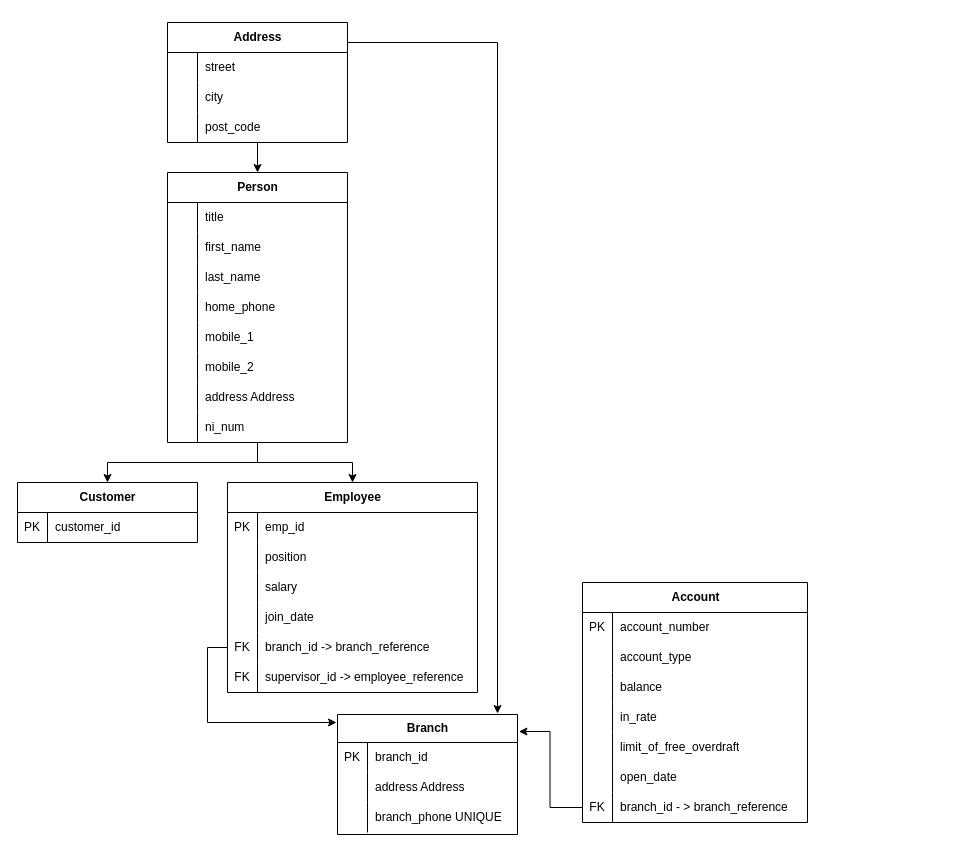
ervette/systemathic-design keeps this draw.io diagram as ERD_UPDATE.drawio. Above is the earlier version. Source tidied: cells renumbered, new cells numbered last; positions are measured from the earlier drawing's top-left corner, leaving out a move shared by most shapes. Both pictures are drawn from the tidied source at 100%, with x=0, y=0 at pixel (17, 22).
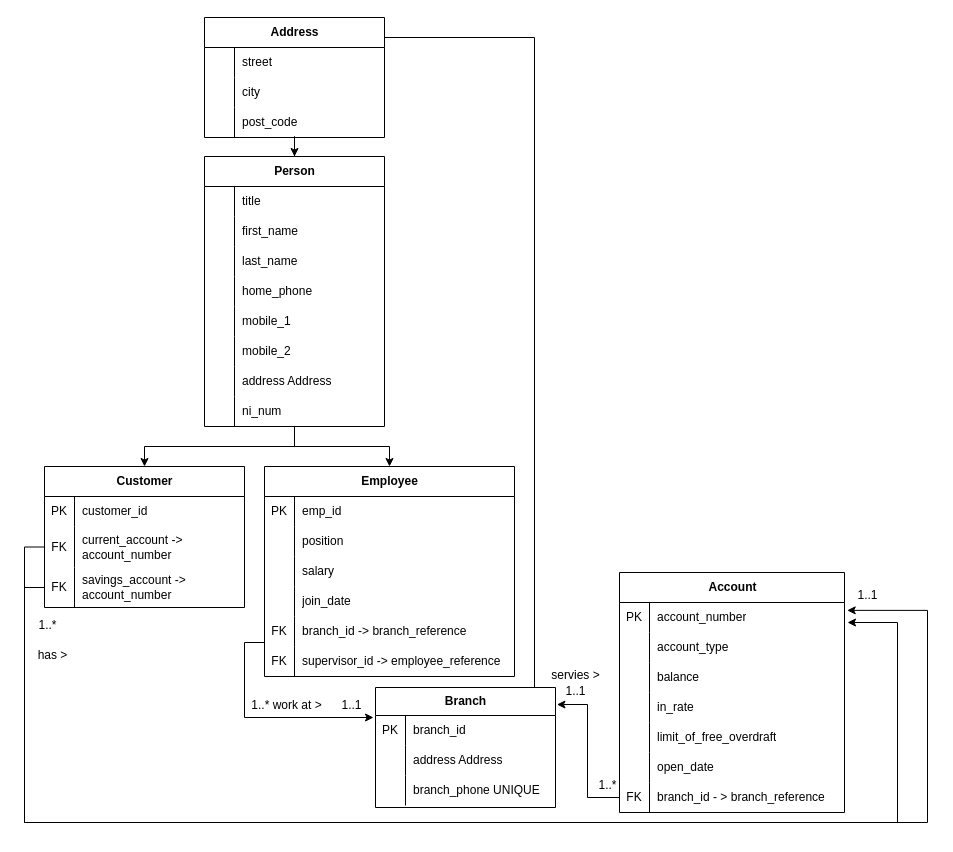
Above is the later version.

Unchanged cells that the change refers to:
```xml
<mxCell id="54" style="shape=tableRow;horizontal=0;startSize=0;swimlaneHead=0;swimlaneBody=0;fillColor=none;points=[[0,0.5],[1,0.5]];portConstraint=eastwest;top=0;left=0;right=0;bottom=0;" parent="41" vertex="1">
  <mxGeometry y="150" width="250" height="30" as="geometry" />
</mxCell>
<mxCell id="65" style="shape=tableRow;horizontal=0;startSize=0;swimlaneHead=0;swimlaneBody=0;fillColor=none;points=[[0,0.5],[1,0.5]];portConstraint=eastwest;top=0;left=0;right=0;bottom=0;" parent="64" vertex="1">
  <mxGeometry y="30" width="225" height="30" as="geometry" />
</mxCell>
```

Diff of the diagram source:
```diff
@@
     <mxCell id="3" style="edgeStyle=orthogonalEdgeStyle;rounded=0;jettySize=auto;html=1;" parent="1" edge="1" source="4">
       <mxGeometry relative="1" as="geometry">
-        <mxPoint x="480" y="691" as="targetPoint" />
+        <mxPoint x="517" y="686" as="targetPoint" />
         <Array as="points">
-          <mxPoint x="480" y="20" />
-          <mxPoint x="480" y="691" />
+          <mxPoint x="517" y="15" />
+          <mxPoint x="517" y="686" />
         </Array>
       </mxGeometry>
     </mxCell>
     <mxCell id="4" value="Address" style="shape=table;startSize=30;childLayout=tableLayout;rowLines=0;fontStyle=1;align=center;html=1;" parent="1" vertex="1">
-      <mxGeometry x="150" width="180" height="120" as="geometry" />
+      <mxGeometry x="187" y="-5" width="180" height="120" as="geometry" />
     </mxCell>
@@
     <mxCell id="16" value="Person" style="shape=table;startSize=30;childLayout=tableLayout;rowLines=0;fontStyle=1;align=center;html=1;" parent="1" vertex="1">
-      <mxGeometry x="150" y="150" width="180" height="270" as="geometry" />
+      <mxGeometry x="187" y="134" width="180" height="270" as="geometry" />
     </mxCell>
@@
     <mxCell id="41" value="Employee" style="shape=table;startSize=30;childLayout=tableLayout;rowLines=0;fontStyle=1;align=center;html=1;" parent="1" vertex="1">
-      <mxGeometry x="210" y="460" width="250" height="210" as="geometry" />
+      <mxGeometry x="247" y="444" width="250" height="210" as="geometry" />
     </mxCell>
@@
     <mxCell id="60" value="Customer" style="shape=table;startSize=30;childLayout=tableLayout;rowLines=0;fontStyle=1;align=center;html=1;" parent="1" vertex="1">
-      <mxGeometry y="460" width="180" height="60" as="geometry" />
+      <mxGeometry x="27" y="444" width="200" height="141" as="geometry" />
     </mxCell>
     <mxCell id="61" style="shape=tableRow;horizontal=0;startSize=0;swimlaneHead=0;swimlaneBody=0;fillColor=none;top=0;left=0;right=0;bottom=0;" parent="60" vertex="1">
-      <mxGeometry y="30" width="180" height="30" as="geometry" />
+      <mxGeometry y="30" width="200" height="30" as="geometry" />
     </mxCell>
@@
     <mxCell id="63" value="customer_id" style="shape=partialRectangle;fillColor=none;top=0;left=0;bottom=0;right=0;align=left;spacingLeft=6;overflow=hidden;whiteSpace=wrap;html=1;" parent="61" vertex="1">
-      <mxGeometry x="30" width="150" height="30" as="geometry" />
+      <mxGeometry x="30" width="170" height="30" as="geometry" />
     </mxCell>
+    <mxCell id="98" style="shape=tableRow;horizontal=0;startSize=0;swimlaneHead=0;swimlaneBody=0;fillColor=none;points=[[0,0.5],[1,0.5]];portConstraint=eastwest;top=0;left=0;right=0;bottom=0;" parent="60" vertex="1">
+      <mxGeometry y="60" width="200" height="41" as="geometry" />
+    </mxCell>
+    <mxCell id="99" value="FK" style="shape=partialRectangle;fillColor=none;top=0;left=0;bottom=0;right=0;overflow=hidden;whiteSpace=wrap;html=1;" parent="98" vertex="1">
+      <mxGeometry width="30" height="41" as="geometry" />
+    </mxCell>
+    <mxCell id="100" value="current_account -&amp;gt; account_number" style="shape=partialRectangle;fillColor=none;top=0;left=0;bottom=0;right=0;align=left;spacingLeft=6;overflow=hidden;whiteSpace=wrap;html=1;" parent="98" vertex="1">
+      <mxGeometry x="30" width="170" height="41" as="geometry" />
+    </mxCell>
+    <mxCell id="101" style="shape=tableRow;horizontal=0;startSize=0;swimlaneHead=0;swimlaneBody=0;fillColor=none;points=[[0,0.5],[1,0.5]];portConstraint=eastwest;top=0;left=0;right=0;bottom=0;" parent="60" vertex="1">
+      <mxGeometry y="101" width="200" height="40" as="geometry" />
+    </mxCell>
+    <mxCell id="102" value="FK" style="shape=partialRectangle;fillColor=none;top=0;left=0;bottom=0;right=0;overflow=hidden;whiteSpace=wrap;html=1;" parent="101" vertex="1">
+      <mxGeometry width="30" height="40" as="geometry" />
+    </mxCell>
+    <mxCell id="103" value="savings_account -&amp;gt; account_number" style="shape=partialRectangle;fillColor=none;top=0;left=0;bottom=0;right=0;align=left;spacingLeft=6;overflow=hidden;whiteSpace=wrap;html=1;" parent="101" vertex="1">
+      <mxGeometry x="30" width="170" height="40" as="geometry" />
+    </mxCell>
     <mxCell id="64" value="Account" style="shape=table;startSize=30;childLayout=tableLayout;rowLines=0;fontStyle=1;align=center;html=1;" parent="1" vertex="1">
-      <mxGeometry x="565" y="560" width="225" height="240" as="geometry" />
+      <mxGeometry x="602" y="550" width="225" height="240" as="geometry" />
     </mxCell>
@@
     <mxCell id="86" value="Branch" style="shape=table;startSize=28;childLayout=tableLayout;rowLines=0;fontStyle=1;align=center;html=1;" parent="1" vertex="1">
-      <mxGeometry x="320" y="692" width="180" height="120" as="geometry" />
+      <mxGeometry x="358" y="665" width="180" height="120" as="geometry" />
     </mxCell>
@@
     <mxCell id="96" style="edgeStyle=orthogonalEdgeStyle;rounded=0;jettySize=auto;html=1;exitX=0;exitY=0.5;exitDx=0;exitDy=0;" parent="1" edge="1" source="54">
       <mxGeometry relative="1" as="geometry">
-        <mxPoint x="319" y="700" as="targetPoint" />
+        <mxPoint x="356" y="695" as="targetPoint" />
         <Array as="points">
-          <mxPoint x="190" y="625" />
-          <mxPoint x="190" y="700" />
-          <mxPoint x="319" y="700" />
+          <mxPoint x="227" y="620" />
+          <mxPoint x="227" y="695" />
+          <mxPoint x="356" y="695" />
         </Array>
       </mxGeometry>
     </mxCell>
@@
+    <mxCell id="104" style="edgeStyle=orthogonalEdgeStyle;rounded=0;jettySize=auto;html=1;" parent="1" edge="1" source="98">
+      <mxGeometry relative="1" as="geometry">
+        <mxPoint x="830" y="600" as="targetPoint" />
+        <Array as="points">
+          <mxPoint x="7" y="524" />
+          <mxPoint x="7" y="800" />
+          <mxPoint x="880" y="800" />
+          <mxPoint x="880" y="600" />
+          <mxPoint x="830" y="600" />
+        </Array>
+      </mxGeometry>
+    </mxCell>
+    <mxCell id="105" style="edgeStyle=orthogonalEdgeStyle;rounded=0;jettySize=auto;html=1;entryX=1.012;entryY=0.262;entryDx=0;entryDy=0;entryPerimeter=0;" parent="1" edge="1" source="101" target="65">
+      <mxGeometry relative="1" as="geometry">
+        <Array as="points">
+          <mxPoint x="7" y="565" />
+          <mxPoint x="7" y="800" />
+          <mxPoint x="910" y="800" />
+          <mxPoint x="910" y="588" />
+        </Array>
+      </mxGeometry>
+    </mxCell>
+    <mxCell id="106" value="1..*" style="text;html=1;align=center;verticalAlign=middle;strokeColor=none;fillColor=none;" parent="1" vertex="1">
+      <mxGeometry x="10" y="588" width="40" height="30" as="geometry" />
+    </mxCell>
+    <mxCell id="107" value="has &amp;gt;" style="text;html=1;align=center;verticalAlign=middle;strokeColor=none;fillColor=none;" parent="1" vertex="1">
+      <mxGeometry x="10" y="618" width="50" height="30" as="geometry" />
+    </mxCell>
+    <mxCell id="108" value="1..1" style="text;html=1;align=center;verticalAlign=middle;strokeColor=none;fillColor=none;" parent="1" vertex="1">
+      <mxGeometry x="830" y="558" width="40" height="30" as="geometry" />
+    </mxCell>
+    <mxCell id="109" value="1..* work at &amp;gt;" style="text;html=1;align=center;verticalAlign=middle;strokeColor=none;fillColor=none;" parent="1" vertex="1">
+      <mxGeometry x="224" y="668" width="90" height="30" as="geometry" />
+    </mxCell>
+    <mxCell id="110" value="1..1" style="text;html=1;align=center;verticalAlign=middle;strokeColor=none;fillColor=none;" parent="1" vertex="1">
+      <mxGeometry x="314" y="668" width="40" height="30" as="geometry" />
+    </mxCell>
+    <mxCell id="111" value="1..1" style="text;html=1;align=center;verticalAlign=middle;strokeColor=none;fillColor=none;" parent="1" vertex="1">
+      <mxGeometry x="538" y="654" width="40" height="30" as="geometry" />
+    </mxCell>
+    <mxCell id="112" value="servies &amp;gt;" style="text;html=1;align=center;verticalAlign=middle;strokeColor=none;fillColor=none;" parent="1" vertex="1">
+      <mxGeometry x="523" y="638" width="70" height="30" as="geometry" />
+    </mxCell>
+    <mxCell id="113" value="1..*" style="text;html=1;align=center;verticalAlign=middle;strokeColor=none;fillColor=none;" parent="1" vertex="1">
+      <mxGeometry x="570" y="748" width="40" height="30" as="geometry" />
+    </mxCell>
```
